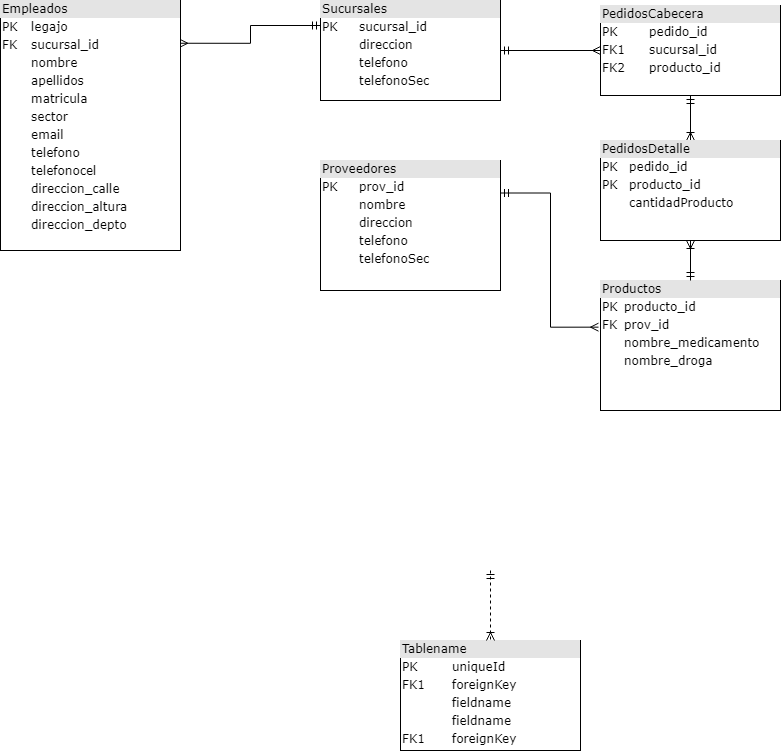
This is Diagramas/Diagrama de BDD.png from T-Lion/Metodologia3, a draw.io export, as it was before one commit. Source tidied: cells renumbered, new cells last; positions are measured from the earlier drawing's top-left corner, leaving out a move shared by most shapes. Its diagram source:
```xml
<mxGraphModel>
  <root>
    <mxCell id="0" />
    <mxCell id="1" parent="0" />
    <mxCell id="2" style="edgeStyle=orthogonalEdgeStyle;rounded=0;jettySize=auto;html=1;entryX=0;entryY=0.25;entryDx=0;entryDy=0;exitX=0.996;exitY=0.171;exitDx=0;exitDy=0;exitPerimeter=0;startArrow=ERmany;startFill=0;endArrow=ERmandOne;endFill=0;" parent="1" edge="1" source="3" target="5">
      <mxGeometry relative="1" as="geometry" />
    </mxCell>
    <mxCell id="3" value="&lt;div style=&quot;box-sizing: border-box ; width: 100% ; background: #e4e4e4 ; padding: 2px&quot;&gt;Empleados&lt;/div&gt;&lt;table style=&quot;width: 100% ; font-size: 1em&quot; cellpadding=&quot;2&quot; cellspacing=&quot;0&quot;&gt;&lt;tbody&gt;&lt;tr&gt;&lt;td&gt;PK&lt;/td&gt;&lt;td&gt;legajo&lt;/td&gt;&lt;/tr&gt;&lt;tr&gt;&lt;td&gt;FK&lt;/td&gt;&lt;td&gt;sucursal_id&lt;/td&gt;&lt;/tr&gt;&lt;tr&gt;&lt;td&gt;&lt;br&gt;&lt;/td&gt;&lt;td&gt;nombre&lt;/td&gt;&lt;/tr&gt;&lt;tr&gt;&lt;td&gt;&lt;br&gt;&lt;/td&gt;&lt;td&gt;apellidos&lt;/td&gt;&lt;/tr&gt;&lt;tr&gt;&lt;td&gt;&lt;br&gt;&lt;/td&gt;&lt;td&gt;matricula&lt;/td&gt;&lt;/tr&gt;&lt;tr&gt;&lt;td&gt;&lt;br&gt;&lt;/td&gt;&lt;td&gt;sector&lt;/td&gt;&lt;/tr&gt;&lt;tr&gt;&lt;td&gt;&lt;br&gt;&lt;/td&gt;&lt;td&gt;email&lt;/td&gt;&lt;/tr&gt;&lt;tr&gt;&lt;td&gt;&lt;br&gt;&lt;/td&gt;&lt;td&gt;telefono&lt;/td&gt;&lt;/tr&gt;&lt;tr&gt;&lt;td&gt;&lt;br&gt;&lt;/td&gt;&lt;td&gt;telefonocel&lt;/td&gt;&lt;/tr&gt;&lt;tr&gt;&lt;td&gt;&lt;br&gt;&lt;/td&gt;&lt;td&gt;direccion_calle&lt;br&gt;&lt;/td&gt;&lt;/tr&gt;&lt;tr&gt;&lt;td&gt;&lt;br&gt;&lt;/td&gt;&lt;td&gt;direccion_altura&lt;br&gt;&lt;/td&gt;&lt;/tr&gt;&lt;tr&gt;&lt;td&gt;&lt;br&gt;&lt;/td&gt;&lt;td&gt;direccion_depto&lt;br&gt;&lt;/td&gt;&lt;/tr&gt;&lt;/tbody&gt;&lt;/table&gt;" style="verticalAlign=top;align=left;overflow=fill;html=1;rounded=0;shadow=0;comic=0;labelBackgroundColor=none;strokeWidth=1;fontFamily=Verdana;fontSize=12;" parent="1" vertex="1">
      <mxGeometry width="180" height="250" as="geometry" />
    </mxCell>
    <mxCell id="4" style="edgeStyle=orthogonalEdgeStyle;rounded=0;jettySize=auto;html=1;entryX=0;entryY=0.5;entryDx=0;entryDy=0;startArrow=ERmandOne;startFill=0;endArrow=ERmany;endFill=0;" parent="1" edge="1" source="5" target="11">
      <mxGeometry relative="1" as="geometry" />
    </mxCell>
    <mxCell id="5" value="&lt;div style=&quot;box-sizing: border-box ; width: 100% ; background: #e4e4e4 ; padding: 2px&quot;&gt;Sucursales&lt;/div&gt;&lt;table style=&quot;width: 100% ; font-size: 1em&quot; cellpadding=&quot;2&quot; cellspacing=&quot;0&quot;&gt;&lt;tbody&gt;&lt;tr&gt;&lt;td&gt;PK&lt;/td&gt;&lt;td&gt;sucursal_id&lt;/td&gt;&lt;/tr&gt;&lt;tr&gt;&lt;td&gt;&lt;br&gt;&lt;/td&gt;&lt;td&gt;direccion&lt;/td&gt;&lt;/tr&gt;&lt;tr&gt;&lt;td&gt;&lt;br&gt;&lt;/td&gt;&lt;td&gt;telefono&lt;/td&gt;&lt;/tr&gt;&lt;tr&gt;&lt;td&gt;&lt;br&gt;&lt;/td&gt;&lt;td&gt;telefonoSec&lt;/td&gt;&lt;/tr&gt;&lt;/tbody&gt;&lt;/table&gt;" style="verticalAlign=top;align=left;overflow=fill;html=1;rounded=0;shadow=0;comic=0;labelBackgroundColor=none;strokeWidth=1;fontFamily=Verdana;fontSize=12;" parent="1" vertex="1">
      <mxGeometry x="320" width="180" height="100" as="geometry" />
    </mxCell>
    <mxCell id="6" style="edgeStyle=orthogonalEdgeStyle;rounded=0;jettySize=auto;html=1;exitX=1;exitY=0.25;exitDx=0;exitDy=0;entryX=-0.011;entryY=0.359;entryDx=0;entryDy=0;entryPerimeter=0;startArrow=ERmandOne;startFill=0;endArrow=ERmany;endFill=0;" parent="1" edge="1" source="7" target="12">
      <mxGeometry relative="1" as="geometry" />
    </mxCell>
    <mxCell id="7" value="&lt;div style=&quot;box-sizing: border-box ; width: 100% ; background: #e4e4e4 ; padding: 2px&quot;&gt;Proveedores&lt;/div&gt;&lt;table style=&quot;width: 100% ; font-size: 1em&quot; cellpadding=&quot;2&quot; cellspacing=&quot;0&quot;&gt;&lt;tbody&gt;&lt;tr&gt;&lt;td&gt;PK&lt;/td&gt;&lt;td&gt;prov_id&lt;/td&gt;&lt;/tr&gt;&lt;tr&gt;&lt;td&gt;&lt;br&gt;&lt;/td&gt;&lt;td&gt;nombre&lt;/td&gt;&lt;/tr&gt;&lt;tr&gt;&lt;td&gt;&lt;/td&gt;&lt;td&gt;direccion&lt;/td&gt;&lt;/tr&gt;&lt;tr&gt;&lt;td&gt;&lt;br&gt;&lt;/td&gt;&lt;td&gt;telefono&lt;/td&gt;&lt;/tr&gt;&lt;tr&gt;&lt;td&gt;&lt;br&gt;&lt;/td&gt;&lt;td&gt;telefonoSec&lt;/td&gt;&lt;/tr&gt;&lt;/tbody&gt;&lt;/table&gt;" style="verticalAlign=top;align=left;overflow=fill;html=1;rounded=0;shadow=0;comic=0;labelBackgroundColor=none;strokeWidth=1;fontFamily=Verdana;fontSize=12;" parent="1" vertex="1">
      <mxGeometry x="320" y="160" width="180" height="130" as="geometry" />
    </mxCell>
    <mxCell id="8" value="&lt;div style=&quot;box-sizing: border-box ; width: 100% ; background: #e4e4e4 ; padding: 2px&quot;&gt;Tablename&lt;/div&gt;&lt;table style=&quot;width: 100% ; font-size: 1em&quot; cellpadding=&quot;2&quot; cellspacing=&quot;0&quot;&gt;&lt;tbody&gt;&lt;tr&gt;&lt;td&gt;PK&lt;/td&gt;&lt;td&gt;uniqueId&lt;/td&gt;&lt;/tr&gt;&lt;tr&gt;&lt;td&gt;FK1&lt;/td&gt;&lt;td&gt;foreignKey&lt;/td&gt;&lt;/tr&gt;&lt;tr&gt;&lt;td&gt;&lt;/td&gt;&lt;td&gt;fieldname&lt;/td&gt;&lt;/tr&gt;&lt;tr&gt;&lt;td&gt;&lt;br&gt;&lt;/td&gt;&lt;td&gt;fieldname&lt;br&gt;&lt;/td&gt;&lt;/tr&gt;&lt;tr&gt;&lt;td&gt;FK1&lt;br&gt;&lt;/td&gt;&lt;td&gt;foreignKey&lt;br&gt;&lt;/td&gt;&lt;/tr&gt;&lt;/tbody&gt;&lt;/table&gt;" style="verticalAlign=top;align=left;overflow=fill;html=1;rounded=0;shadow=0;comic=0;labelBackgroundColor=none;strokeWidth=1;fontFamily=Verdana;fontSize=12;" parent="1" vertex="1">
      <mxGeometry x="400" y="640" width="180" height="110" as="geometry" />
    </mxCell>
    <mxCell id="9" style="edgeStyle=orthogonalEdgeStyle;html=1;entryX=0.5;entryY=0;labelBackgroundColor=none;startArrow=ERmandOne;endArrow=ERoneToMany;fontFamily=Verdana;fontSize=12;align=left;dashed=1;" parent="1" edge="1" target="8">
      <mxGeometry relative="1" as="geometry">
        <mxPoint x="490" y="570" as="sourcePoint" />
      </mxGeometry>
    </mxCell>
    <mxCell id="10" style="edgeStyle=orthogonalEdgeStyle;rounded=0;jettySize=auto;html=1;entryX=0.5;entryY=0;entryDx=0;entryDy=0;startArrow=ERmandOne;startFill=0;endArrow=ERoneToMany;endFill=0;" parent="1" edge="1" source="11" target="14">
      <mxGeometry relative="1" as="geometry" />
    </mxCell>
    <mxCell id="11" value="&lt;div style=&quot;box-sizing: border-box ; width: 100% ; background: #e4e4e4 ; padding: 2px&quot;&gt;PedidosCabecera&lt;/div&gt;&lt;table style=&quot;width: 100% ; font-size: 1em&quot; cellpadding=&quot;2&quot; cellspacing=&quot;0&quot;&gt;&lt;tbody&gt;&lt;tr&gt;&lt;td&gt;PK&lt;/td&gt;&lt;td&gt;pedido_id&lt;/td&gt;&lt;/tr&gt;&lt;tr&gt;&lt;td&gt;FK1&lt;/td&gt;&lt;td&gt;sucursal_id&lt;/td&gt;&lt;/tr&gt;&lt;tr&gt;&lt;td&gt;FK2&lt;/td&gt;&lt;td&gt;producto_id&lt;/td&gt;&lt;/tr&gt;&lt;/tbody&gt;&lt;/table&gt;" style="verticalAlign=top;align=left;overflow=fill;html=1;rounded=0;shadow=0;comic=0;labelBackgroundColor=none;strokeWidth=1;fontFamily=Verdana;fontSize=12;" parent="1" vertex="1">
      <mxGeometry x="600" y="5" width="180" height="90" as="geometry" />
    </mxCell>
    <mxCell id="12" value="&lt;div style=&quot;box-sizing: border-box ; width: 100% ; background: #e4e4e4 ; padding: 2px&quot;&gt;Productos&lt;/div&gt;&lt;table style=&quot;width: 100% ; font-size: 1em&quot; cellpadding=&quot;2&quot; cellspacing=&quot;0&quot;&gt;&lt;tbody&gt;&lt;tr&gt;&lt;td&gt;PK&lt;/td&gt;&lt;td&gt;producto_id&lt;/td&gt;&lt;/tr&gt;&lt;tr&gt;&lt;td&gt;FK&lt;/td&gt;&lt;td&gt;prov_id&lt;/td&gt;&lt;/tr&gt;&lt;tr&gt;&lt;td&gt;&lt;br&gt;&lt;/td&gt;&lt;td&gt;nombre_medicamento&lt;br&gt;&lt;/td&gt;&lt;/tr&gt;&lt;tr&gt;&lt;td&gt;&lt;/td&gt;&lt;td&gt;nombre_droga&lt;/td&gt;&lt;/tr&gt;&lt;/tbody&gt;&lt;/table&gt;" style="verticalAlign=top;align=left;overflow=fill;html=1;rounded=0;shadow=0;comic=0;labelBackgroundColor=none;strokeWidth=1;fontFamily=Verdana;fontSize=12;" parent="1" vertex="1">
      <mxGeometry x="600" y="280" width="180" height="130" as="geometry" />
    </mxCell>
    <mxCell id="13" style="edgeStyle=orthogonalEdgeStyle;rounded=0;jettySize=auto;html=1;entryX=0.5;entryY=0;entryDx=0;entryDy=0;startArrow=ERoneToMany;startFill=0;endArrow=ERmandOne;endFill=0;" parent="1" edge="1" source="14" target="12">
      <mxGeometry relative="1" as="geometry" />
    </mxCell>
    <mxCell id="14" value="&lt;div style=&quot;box-sizing: border-box ; width: 100% ; background: #e4e4e4 ; padding: 2px&quot;&gt;PedidosDetalle&lt;/div&gt;&lt;table style=&quot;width: 100% ; font-size: 1em&quot; cellpadding=&quot;2&quot; cellspacing=&quot;0&quot;&gt;&lt;tbody&gt;&lt;tr&gt;&lt;td&gt;PK&lt;/td&gt;&lt;td&gt;pedido_id&lt;/td&gt;&lt;/tr&gt;&lt;tr&gt;&lt;td&gt;PK&lt;/td&gt;&lt;td&gt;producto_id&lt;/td&gt;&lt;/tr&gt;&lt;tr&gt;&lt;td&gt;&lt;br&gt;&lt;/td&gt;&lt;td&gt;cantidadProducto&lt;/td&gt;&lt;/tr&gt;&lt;/tbody&gt;&lt;/table&gt;" style="verticalAlign=top;align=left;overflow=fill;html=1;rounded=0;shadow=0;comic=0;labelBackgroundColor=none;strokeWidth=1;fontFamily=Verdana;fontSize=12;" parent="1" vertex="1">
      <mxGeometry x="600" y="140" width="180" height="100" as="geometry" />
    </mxCell>
  </root>
</mxGraphModel>
```
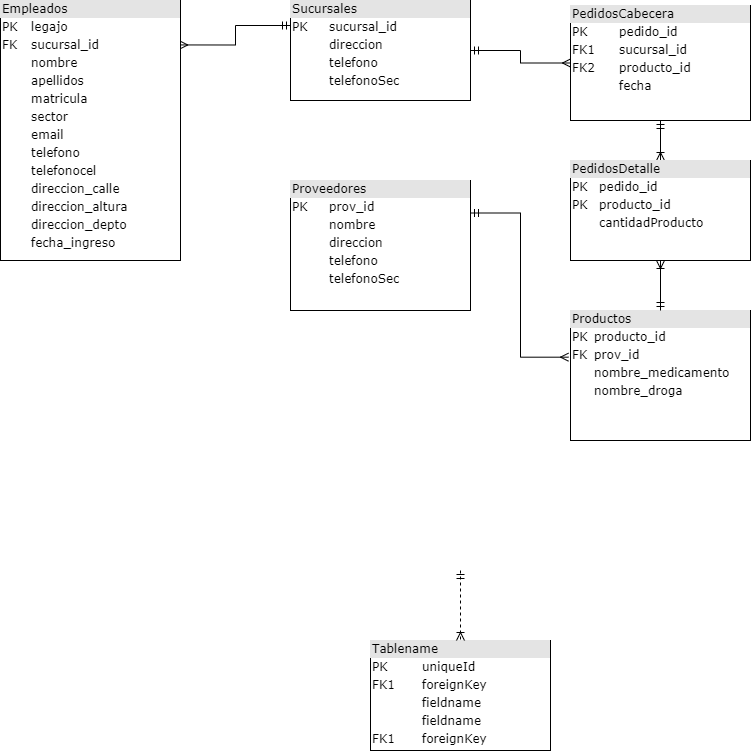
After the change.

Commit message:
se agrega fecha de pedido y fecha de ingreso de empleado

What changed in the source:
```diff
@@ -5,8 +5,8 @@
     <mxCell id="2" style="edgeStyle=orthogonalEdgeStyle;rounded=0;jettySize=auto;html=1;entryX=0;entryY=0.25;entryDx=0;entryDy=0;exitX=0.996;exitY=0.171;exitDx=0;exitDy=0;exitPerimeter=0;startArrow=ERmany;startFill=0;endArrow=ERmandOne;endFill=0;" parent="1" edge="1" source="3" target="5">
       <mxGeometry relative="1" as="geometry" />
     </mxCell>
-    <mxCell id="3" value="&lt;div style=&quot;box-sizing: border-box ; width: 100% ; background: #e4e4e4 ; padding: 2px&quot;&gt;Empleados&lt;/div&gt;&lt;table style=&quot;width: 100% ; font-size: 1em&quot; cellpadding=&quot;2&quot; cellspacing=&quot;0&quot;&gt;&lt;tbody&gt;&lt;tr&gt;&lt;td&gt;PK&lt;/td&gt;&lt;td&gt;legajo&lt;/td&gt;&lt;/tr&gt;&lt;tr&gt;&lt;td&gt;FK&lt;/td&gt;&lt;td&gt;sucursal_id&lt;/td&gt;&lt;/tr&gt;&lt;tr&gt;&lt;td&gt;&lt;br&gt;&lt;/td&gt;&lt;td&gt;nombre&lt;/td&gt;&lt;/tr&gt;&lt;tr&gt;&lt;td&gt;&lt;br&gt;&lt;/td&gt;&lt;td&gt;apellidos&lt;/td&gt;&lt;/tr&gt;&lt;tr&gt;&lt;td&gt;&lt;br&gt;&lt;/td&gt;&lt;td&gt;matricula&lt;/td&gt;&lt;/tr&gt;&lt;tr&gt;&lt;td&gt;&lt;br&gt;&lt;/td&gt;&lt;td&gt;sector&lt;/td&gt;&lt;/tr&gt;&lt;tr&gt;&lt;td&gt;&lt;br&gt;&lt;/td&gt;&lt;td&gt;email&lt;/td&gt;&lt;/tr&gt;&lt;tr&gt;&lt;td&gt;&lt;br&gt;&lt;/td&gt;&lt;td&gt;telefono&lt;/td&gt;&lt;/tr&gt;&lt;tr&gt;&lt;td&gt;&lt;br&gt;&lt;/td&gt;&lt;td&gt;telefonocel&lt;/td&gt;&lt;/tr&gt;&lt;tr&gt;&lt;td&gt;&lt;br&gt;&lt;/td&gt;&lt;td&gt;direccion_calle&lt;br&gt;&lt;/td&gt;&lt;/tr&gt;&lt;tr&gt;&lt;td&gt;&lt;br&gt;&lt;/td&gt;&lt;td&gt;direccion_altura&lt;br&gt;&lt;/td&gt;&lt;/tr&gt;&lt;tr&gt;&lt;td&gt;&lt;br&gt;&lt;/td&gt;&lt;td&gt;direccion_depto&lt;br&gt;&lt;/td&gt;&lt;/tr&gt;&lt;/tbody&gt;&lt;/table&gt;" style="verticalAlign=top;align=left;overflow=fill;html=1;rounded=0;shadow=0;comic=0;labelBackgroundColor=none;strokeWidth=1;fontFamily=Verdana;fontSize=12;" parent="1" vertex="1">
-      <mxGeometry width="180" height="250" as="geometry" />
+    <mxCell id="3" value="&lt;div style=&quot;box-sizing: border-box ; width: 100% ; background: #e4e4e4 ; padding: 2px&quot;&gt;Empleados&lt;/div&gt;&lt;table style=&quot;width: 100% ; font-size: 1em&quot; cellpadding=&quot;2&quot; cellspacing=&quot;0&quot;&gt;&lt;tbody&gt;&lt;tr&gt;&lt;td&gt;PK&lt;/td&gt;&lt;td&gt;legajo&lt;/td&gt;&lt;/tr&gt;&lt;tr&gt;&lt;td&gt;FK&lt;/td&gt;&lt;td&gt;sucursal_id&lt;/td&gt;&lt;/tr&gt;&lt;tr&gt;&lt;td&gt;&lt;br&gt;&lt;/td&gt;&lt;td&gt;nombre&lt;/td&gt;&lt;/tr&gt;&lt;tr&gt;&lt;td&gt;&lt;br&gt;&lt;/td&gt;&lt;td&gt;apellidos&lt;/td&gt;&lt;/tr&gt;&lt;tr&gt;&lt;td&gt;&lt;br&gt;&lt;/td&gt;&lt;td&gt;matricula&lt;/td&gt;&lt;/tr&gt;&lt;tr&gt;&lt;td&gt;&lt;br&gt;&lt;/td&gt;&lt;td&gt;sector&lt;/td&gt;&lt;/tr&gt;&lt;tr&gt;&lt;td&gt;&lt;br&gt;&lt;/td&gt;&lt;td&gt;email&lt;/td&gt;&lt;/tr&gt;&lt;tr&gt;&lt;td&gt;&lt;br&gt;&lt;/td&gt;&lt;td&gt;telefono&lt;/td&gt;&lt;/tr&gt;&lt;tr&gt;&lt;td&gt;&lt;br&gt;&lt;/td&gt;&lt;td&gt;telefonocel&lt;/td&gt;&lt;/tr&gt;&lt;tr&gt;&lt;td&gt;&lt;br&gt;&lt;/td&gt;&lt;td&gt;direccion_calle&lt;br&gt;&lt;/td&gt;&lt;/tr&gt;&lt;tr&gt;&lt;td&gt;&lt;br&gt;&lt;/td&gt;&lt;td&gt;direccion_altura&lt;br&gt;&lt;/td&gt;&lt;/tr&gt;&lt;tr&gt;&lt;td&gt;&lt;br&gt;&lt;/td&gt;&lt;td&gt;direccion_depto&lt;br&gt;&lt;/td&gt;&lt;/tr&gt;&lt;tr&gt;&lt;td&gt;&lt;br&gt;&lt;/td&gt;&lt;td&gt;fecha_ingreso&lt;/td&gt;&lt;/tr&gt;&lt;/tbody&gt;&lt;/table&gt;" style="verticalAlign=top;align=left;overflow=fill;html=1;rounded=0;shadow=0;comic=0;labelBackgroundColor=none;strokeWidth=1;fontFamily=Verdana;fontSize=12;" parent="1" vertex="1">
+      <mxGeometry x="30" width="180" height="260" as="geometry" />
     </mxCell>
     <mxCell id="4" style="edgeStyle=orthogonalEdgeStyle;rounded=0;jettySize=auto;html=1;entryX=0;entryY=0.5;entryDx=0;entryDy=0;startArrow=ERmandOne;startFill=0;endArrow=ERmany;endFill=0;" parent="1" edge="1" source="5" target="11">
       <mxGeometry relative="1" as="geometry" />
@@ -18,7 +18,7 @@
       <mxGeometry relative="1" as="geometry" />
     </mxCell>
     <mxCell id="7" value="&lt;div style=&quot;box-sizing: border-box ; width: 100% ; background: #e4e4e4 ; padding: 2px&quot;&gt;Proveedores&lt;/div&gt;&lt;table style=&quot;width: 100% ; font-size: 1em&quot; cellpadding=&quot;2&quot; cellspacing=&quot;0&quot;&gt;&lt;tbody&gt;&lt;tr&gt;&lt;td&gt;PK&lt;/td&gt;&lt;td&gt;prov_id&lt;/td&gt;&lt;/tr&gt;&lt;tr&gt;&lt;td&gt;&lt;br&gt;&lt;/td&gt;&lt;td&gt;nombre&lt;/td&gt;&lt;/tr&gt;&lt;tr&gt;&lt;td&gt;&lt;/td&gt;&lt;td&gt;direccion&lt;/td&gt;&lt;/tr&gt;&lt;tr&gt;&lt;td&gt;&lt;br&gt;&lt;/td&gt;&lt;td&gt;telefono&lt;/td&gt;&lt;/tr&gt;&lt;tr&gt;&lt;td&gt;&lt;br&gt;&lt;/td&gt;&lt;td&gt;telefonoSec&lt;/td&gt;&lt;/tr&gt;&lt;/tbody&gt;&lt;/table&gt;" style="verticalAlign=top;align=left;overflow=fill;html=1;rounded=0;shadow=0;comic=0;labelBackgroundColor=none;strokeWidth=1;fontFamily=Verdana;fontSize=12;" parent="1" vertex="1">
-      <mxGeometry x="320" y="160" width="180" height="130" as="geometry" />
+      <mxGeometry x="320" y="180" width="180" height="130" as="geometry" />
     </mxCell>
     <mxCell id="8" value="&lt;div style=&quot;box-sizing: border-box ; width: 100% ; background: #e4e4e4 ; padding: 2px&quot;&gt;Tablename&lt;/div&gt;&lt;table style=&quot;width: 100% ; font-size: 1em&quot; cellpadding=&quot;2&quot; cellspacing=&quot;0&quot;&gt;&lt;tbody&gt;&lt;tr&gt;&lt;td&gt;PK&lt;/td&gt;&lt;td&gt;uniqueId&lt;/td&gt;&lt;/tr&gt;&lt;tr&gt;&lt;td&gt;FK1&lt;/td&gt;&lt;td&gt;foreignKey&lt;/td&gt;&lt;/tr&gt;&lt;tr&gt;&lt;td&gt;&lt;/td&gt;&lt;td&gt;fieldname&lt;/td&gt;&lt;/tr&gt;&lt;tr&gt;&lt;td&gt;&lt;br&gt;&lt;/td&gt;&lt;td&gt;fieldname&lt;br&gt;&lt;/td&gt;&lt;/tr&gt;&lt;tr&gt;&lt;td&gt;FK1&lt;br&gt;&lt;/td&gt;&lt;td&gt;foreignKey&lt;br&gt;&lt;/td&gt;&lt;/tr&gt;&lt;/tbody&gt;&lt;/table&gt;" style="verticalAlign=top;align=left;overflow=fill;html=1;rounded=0;shadow=0;comic=0;labelBackgroundColor=none;strokeWidth=1;fontFamily=Verdana;fontSize=12;" parent="1" vertex="1">
       <mxGeometry x="400" y="640" width="180" height="110" as="geometry" />
@@ -31,17 +31,17 @@
     <mxCell id="10" style="edgeStyle=orthogonalEdgeStyle;rounded=0;jettySize=auto;html=1;entryX=0.5;entryY=0;entryDx=0;entryDy=0;startArrow=ERmandOne;startFill=0;endArrow=ERoneToMany;endFill=0;" parent="1" edge="1" source="11" target="14">
       <mxGeometry relative="1" as="geometry" />
     </mxCell>
-    <mxCell id="11" value="&lt;div style=&quot;box-sizing: border-box ; width: 100% ; background: #e4e4e4 ; padding: 2px&quot;&gt;PedidosCabecera&lt;/div&gt;&lt;table style=&quot;width: 100% ; font-size: 1em&quot; cellpadding=&quot;2&quot; cellspacing=&quot;0&quot;&gt;&lt;tbody&gt;&lt;tr&gt;&lt;td&gt;PK&lt;/td&gt;&lt;td&gt;pedido_id&lt;/td&gt;&lt;/tr&gt;&lt;tr&gt;&lt;td&gt;FK1&lt;/td&gt;&lt;td&gt;sucursal_id&lt;/td&gt;&lt;/tr&gt;&lt;tr&gt;&lt;td&gt;FK2&lt;/td&gt;&lt;td&gt;producto_id&lt;/td&gt;&lt;/tr&gt;&lt;/tbody&gt;&lt;/table&gt;" style="verticalAlign=top;align=left;overflow=fill;html=1;rounded=0;shadow=0;comic=0;labelBackgroundColor=none;strokeWidth=1;fontFamily=Verdana;fontSize=12;" parent="1" vertex="1">
-      <mxGeometry x="600" y="5" width="180" height="90" as="geometry" />
+    <mxCell id="11" value="&lt;div style=&quot;box-sizing: border-box ; width: 100% ; background: #e4e4e4 ; padding: 2px&quot;&gt;PedidosCabecera&lt;/div&gt;&lt;table style=&quot;width: 100% ; font-size: 1em&quot; cellpadding=&quot;2&quot; cellspacing=&quot;0&quot;&gt;&lt;tbody&gt;&lt;tr&gt;&lt;td&gt;PK&lt;/td&gt;&lt;td&gt;pedido_id&lt;/td&gt;&lt;/tr&gt;&lt;tr&gt;&lt;td&gt;FK1&lt;/td&gt;&lt;td&gt;sucursal_id&lt;/td&gt;&lt;/tr&gt;&lt;tr&gt;&lt;td&gt;FK2&lt;/td&gt;&lt;td&gt;producto_id&lt;/td&gt;&lt;/tr&gt;&lt;tr&gt;&lt;td&gt;&lt;br&gt;&lt;/td&gt;&lt;td&gt;fecha&lt;/td&gt;&lt;/tr&gt;&lt;/tbody&gt;&lt;/table&gt;" style="verticalAlign=top;align=left;overflow=fill;html=1;rounded=0;shadow=0;comic=0;labelBackgroundColor=none;strokeWidth=1;fontFamily=Verdana;fontSize=12;" parent="1" vertex="1">
+      <mxGeometry x="600" y="5" width="180" height="115" as="geometry" />
     </mxCell>
     <mxCell id="12" value="&lt;div style=&quot;box-sizing: border-box ; width: 100% ; background: #e4e4e4 ; padding: 2px&quot;&gt;Productos&lt;/div&gt;&lt;table style=&quot;width: 100% ; font-size: 1em&quot; cellpadding=&quot;2&quot; cellspacing=&quot;0&quot;&gt;&lt;tbody&gt;&lt;tr&gt;&lt;td&gt;PK&lt;/td&gt;&lt;td&gt;producto_id&lt;/td&gt;&lt;/tr&gt;&lt;tr&gt;&lt;td&gt;FK&lt;/td&gt;&lt;td&gt;prov_id&lt;/td&gt;&lt;/tr&gt;&lt;tr&gt;&lt;td&gt;&lt;br&gt;&lt;/td&gt;&lt;td&gt;nombre_medicamento&lt;br&gt;&lt;/td&gt;&lt;/tr&gt;&lt;tr&gt;&lt;td&gt;&lt;/td&gt;&lt;td&gt;nombre_droga&lt;/td&gt;&lt;/tr&gt;&lt;/tbody&gt;&lt;/table&gt;" style="verticalAlign=top;align=left;overflow=fill;html=1;rounded=0;shadow=0;comic=0;labelBackgroundColor=none;strokeWidth=1;fontFamily=Verdana;fontSize=12;" parent="1" vertex="1">
-      <mxGeometry x="600" y="280" width="180" height="130" as="geometry" />
+      <mxGeometry x="600" y="310" width="180" height="130" as="geometry" />
     </mxCell>
     <mxCell id="13" style="edgeStyle=orthogonalEdgeStyle;rounded=0;jettySize=auto;html=1;entryX=0.5;entryY=0;entryDx=0;entryDy=0;startArrow=ERoneToMany;startFill=0;endArrow=ERmandOne;endFill=0;" parent="1" edge="1" source="14" target="12">
       <mxGeometry relative="1" as="geometry" />
     </mxCell>
     <mxCell id="14" value="&lt;div style=&quot;box-sizing: border-box ; width: 100% ; background: #e4e4e4 ; padding: 2px&quot;&gt;PedidosDetalle&lt;/div&gt;&lt;table style=&quot;width: 100% ; font-size: 1em&quot; cellpadding=&quot;2&quot; cellspacing=&quot;0&quot;&gt;&lt;tbody&gt;&lt;tr&gt;&lt;td&gt;PK&lt;/td&gt;&lt;td&gt;pedido_id&lt;/td&gt;&lt;/tr&gt;&lt;tr&gt;&lt;td&gt;PK&lt;/td&gt;&lt;td&gt;producto_id&lt;/td&gt;&lt;/tr&gt;&lt;tr&gt;&lt;td&gt;&lt;br&gt;&lt;/td&gt;&lt;td&gt;cantidadProducto&lt;/td&gt;&lt;/tr&gt;&lt;/tbody&gt;&lt;/table&gt;" style="verticalAlign=top;align=left;overflow=fill;html=1;rounded=0;shadow=0;comic=0;labelBackgroundColor=none;strokeWidth=1;fontFamily=Verdana;fontSize=12;" parent="1" vertex="1">
-      <mxGeometry x="600" y="140" width="180" height="100" as="geometry" />
+      <mxGeometry x="600" y="160" width="180" height="100" as="geometry" />
     </mxCell>
   </root>
 </mxGraphModel>
```
